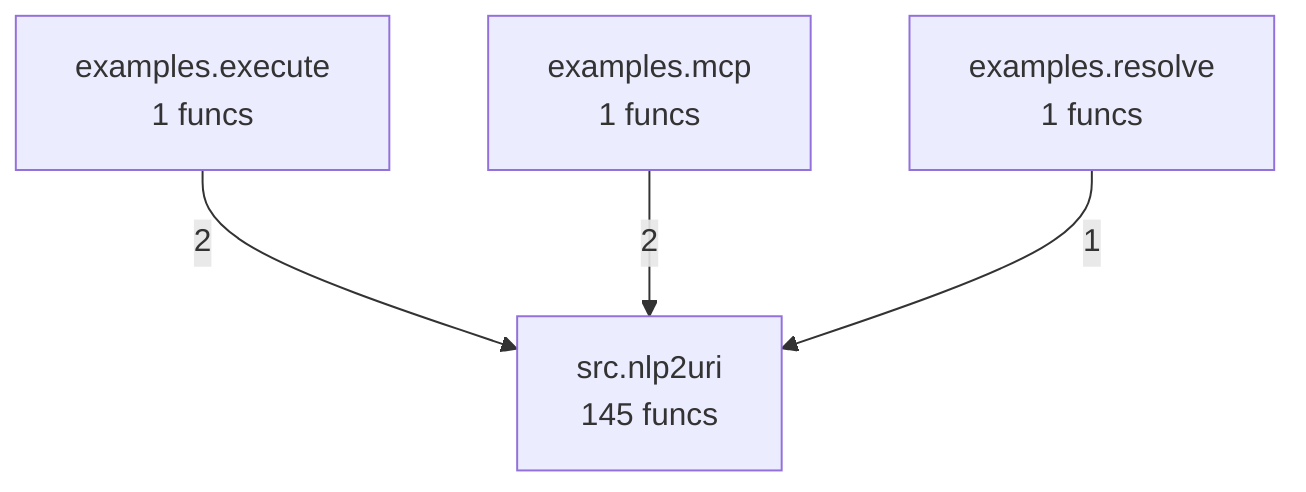
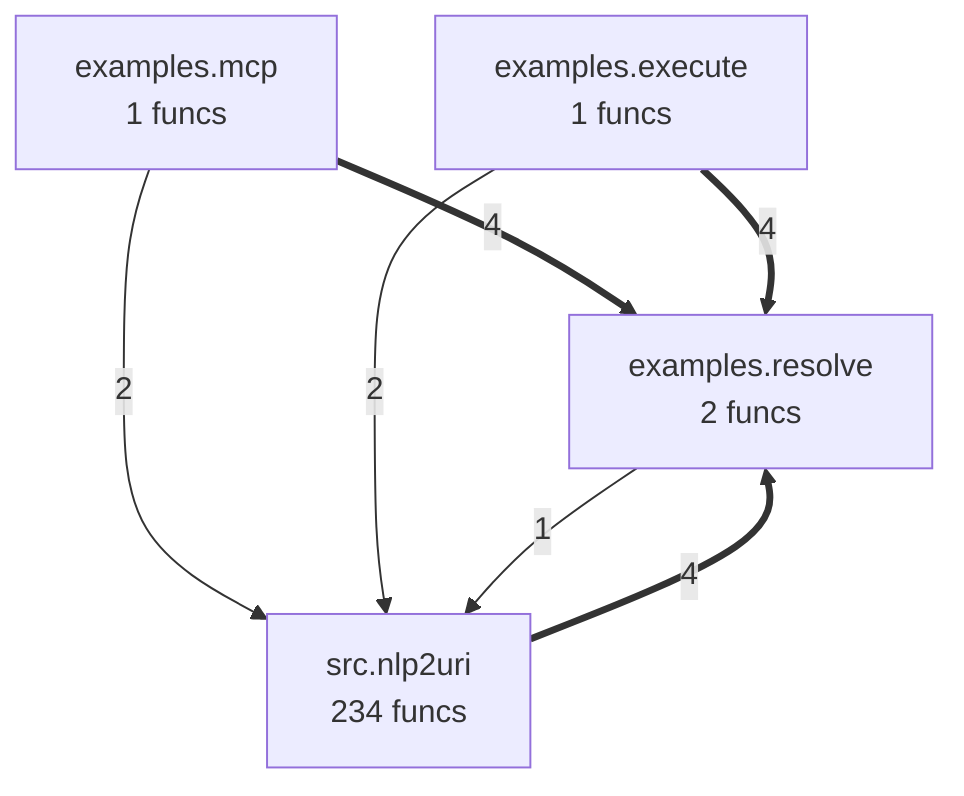
flowchart TD
%% generated in 0.01s
    examples__execute["examples.execute<br/>1 funcs"]
    examples__mcp["examples.mcp<br/>1 funcs"]
-     examples__resolve["examples.resolve<br/>1 funcs"]
-     src__nlp2uri["src.nlp2uri<br/>145 funcs"]
+     examples__resolve["examples.resolve<br/>2 funcs"]
+     src__nlp2uri["src.nlp2uri<br/>234 funcs"]
+     examples__mcp ==>|4| examples__resolve
+     examples__execute ==>|4| examples__resolve
+     src__nlp2uri ==>|4| examples__resolve
+     examples__mcp -->|2| src__nlp2uri
    examples__execute -->|2| src__nlp2uri
-     examples__mcp -->|2| src__nlp2uri
    examples__resolve -->|1| src__nlp2uri
